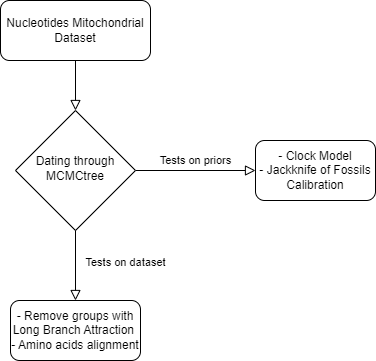
NiccoloRighetti/MantoGryllo_Dating keeps this draw.io diagram as Workflow.png. Above is the earlier version. Source tidied: cells renumbered, new cells last; positions are measured from the earlier drawing's top-left corner, leaving out a move shared by most shapes.
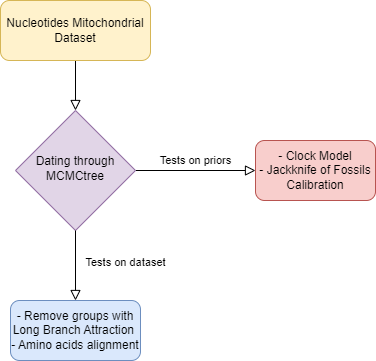
The same file after the commit.

Diff of the diagram source:
```diff
@@ -5,19 +5,19 @@
     <mxCell id="2" style="rounded=0;html=1;jettySize=auto;fontSize=11;endArrow=block;endFill=0;endSize=8;strokeWidth=1;shadow=0;labelBackgroundColor=none;edgeStyle=orthogonalEdgeStyle;" parent="1" edge="1" source="3" target="5">
       <mxGeometry relative="1" as="geometry" />
     </mxCell>
-    <mxCell id="3" value="Nucleotides Mitochondrial Dataset" style="rounded=1;whiteSpace=wrap;html=1;fontSize=12;glass=0;strokeWidth=1;shadow=0;" parent="1" vertex="1">
+    <mxCell id="3" value="Nucleotides Mitochondrial Dataset" style="rounded=1;whiteSpace=wrap;html=1;fontSize=12;glass=0;strokeWidth=1;shadow=0;fillColor=#fff2cc;strokeColor=#d6b656;" parent="1" vertex="1">
       <mxGeometry width="150" height="60" as="geometry" />
     </mxCell>
     <mxCell id="4" value="Tests on priors&lt;span style=&quot;white-space: pre;&quot;&gt;&#9;&lt;/span&gt;" style="edgeStyle=orthogonalEdgeStyle;rounded=0;html=1;jettySize=auto;fontSize=11;endArrow=block;endFill=0;endSize=8;strokeWidth=1;shadow=0;labelBackgroundColor=none;" parent="1" edge="1" source="5" target="6">
       <mxGeometry y="10" relative="1" as="geometry" />
     </mxCell>
-    <mxCell id="5" value="Dating through MCMCtree" style="rhombus;whiteSpace=wrap;html=1;shadow=0;fontFamily=Helvetica;fontSize=12;align=center;strokeWidth=1;spacing=6;spacingTop=-4;" parent="1" vertex="1">
+    <mxCell id="5" value="Dating through MCMCtree" style="rhombus;whiteSpace=wrap;html=1;shadow=0;fontFamily=Helvetica;fontSize=12;align=center;strokeWidth=1;spacing=6;spacingTop=-4;fillColor=#e1d5e7;strokeColor=#9673a6;" parent="1" vertex="1">
       <mxGeometry x="15" y="110" width="120" height="120" as="geometry" />
     </mxCell>
-    <mxCell id="6" value="- Clock Model&lt;br&gt;- Jackknife of Fossils Calibration" style="rounded=1;whiteSpace=wrap;html=1;fontSize=12;glass=0;strokeWidth=1;shadow=0;" parent="1" vertex="1">
+    <mxCell id="6" value="- Clock Model&lt;br&gt;- Jackknife of Fossils Calibration" style="rounded=1;whiteSpace=wrap;html=1;fontSize=12;glass=0;strokeWidth=1;shadow=0;fillColor=#f8cecc;strokeColor=#b85450;" parent="1" vertex="1">
       <mxGeometry x="255" y="140" width="120" height="60" as="geometry" />
     </mxCell>
-    <mxCell id="7" value="- Remove groups with Long Branch Attraction&amp;nbsp;&lt;br&gt;- Amino acids alignment" style="rounded=1;whiteSpace=wrap;html=1;fontSize=12;glass=0;strokeWidth=1;shadow=0;" parent="1" vertex="1">
+    <mxCell id="7" value="- Remove groups with Long Branch Attraction&amp;nbsp;&lt;br&gt;- Amino acids alignment" style="rounded=1;whiteSpace=wrap;html=1;fontSize=12;glass=0;strokeWidth=1;shadow=0;fillColor=#dae8fc;strokeColor=#6c8ebf;" parent="1" vertex="1">
       <mxGeometry x="10" y="300" width="130" height="60" as="geometry" />
     </mxCell>
     <mxCell id="8" value="Tests on dataset" style="edgeStyle=orthogonalEdgeStyle;rounded=0;html=1;jettySize=auto;fontSize=11;endArrow=block;endFill=0;endSize=8;strokeWidth=1;shadow=0;labelBackgroundColor=none;exitX=0.5;exitY=1;exitDx=0;exitDy=0;entryX=0.5;entryY=0;entryDx=0;entryDy=0;" parent="1" edge="1" source="5" target="7">
```
